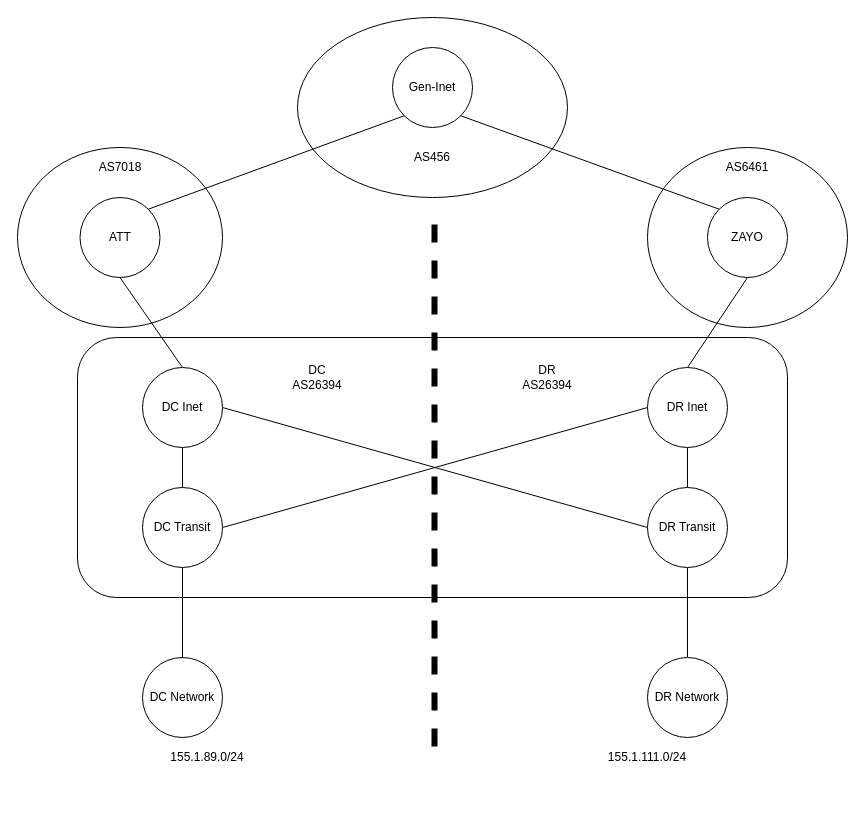
This is bgp_lab/L3 Topology.drawio from ospfpacket/network-scripts, a draw.io file, before an edit. Source tidied: cells renumbered, new cells numbered last; positions are measured from the earlier drawing's top-left corner, leaving out a move shared by most shapes. Both pictures are drawn from the tidied source at 100%, with x=0, y=0 at pixel (17, 17).
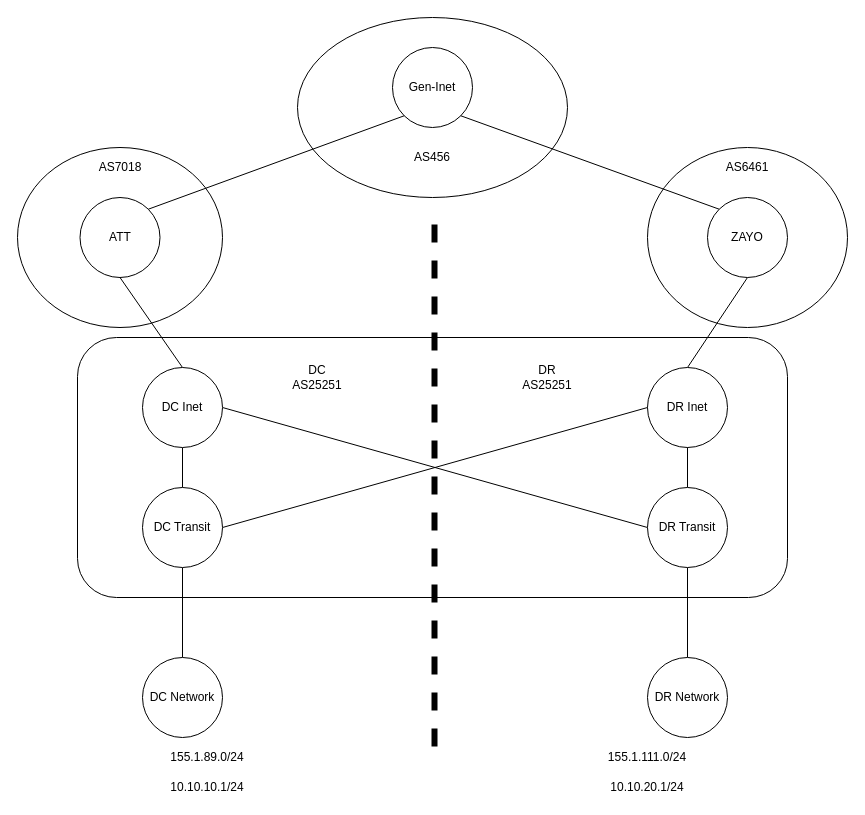
After the change.

Change to the diagram source:
```diff
@@
-    <mxCell id="28" value="DC&lt;br&gt;AS26394" style="text;html=1;strokeColor=none;fillColor=none;align=center;verticalAlign=middle;whiteSpace=wrap;rounded=0;" parent="1" vertex="1">
+    <mxCell id="28" value="DC&lt;br&gt;AS25251" style="text;html=1;strokeColor=none;fillColor=none;align=center;verticalAlign=middle;whiteSpace=wrap;rounded=0;" parent="1" vertex="1">
       <mxGeometry x="280" y="350" width="40" height="20" as="geometry" />
     </mxCell>
@@
-    <mxCell id="30" value="DR&lt;br&gt;AS26394" style="text;html=1;strokeColor=none;fillColor=none;align=center;verticalAlign=middle;whiteSpace=wrap;rounded=0;" parent="1" vertex="1">
+    <mxCell id="30" value="DR&lt;br&gt;AS25251" style="text;html=1;strokeColor=none;fillColor=none;align=center;verticalAlign=middle;whiteSpace=wrap;rounded=0;" parent="1" vertex="1">
       <mxGeometry x="510" y="350" width="40" height="20" as="geometry" />
     </mxCell>
@@
+    <mxCell id="33" value="10.10.10.1/24" style="text;html=1;strokeColor=none;fillColor=none;align=center;verticalAlign=middle;whiteSpace=wrap;rounded=0;" parent="1" vertex="1">
+      <mxGeometry x="170" y="760" width="40" height="20" as="geometry" />
+    </mxCell>
+    <mxCell id="34" value="10.10.20.1/24" style="text;html=1;strokeColor=none;fillColor=none;align=center;verticalAlign=middle;whiteSpace=wrap;rounded=0;" parent="1" vertex="1">
+      <mxGeometry x="610" y="760" width="40" height="20" as="geometry" />
+    </mxCell>
```
